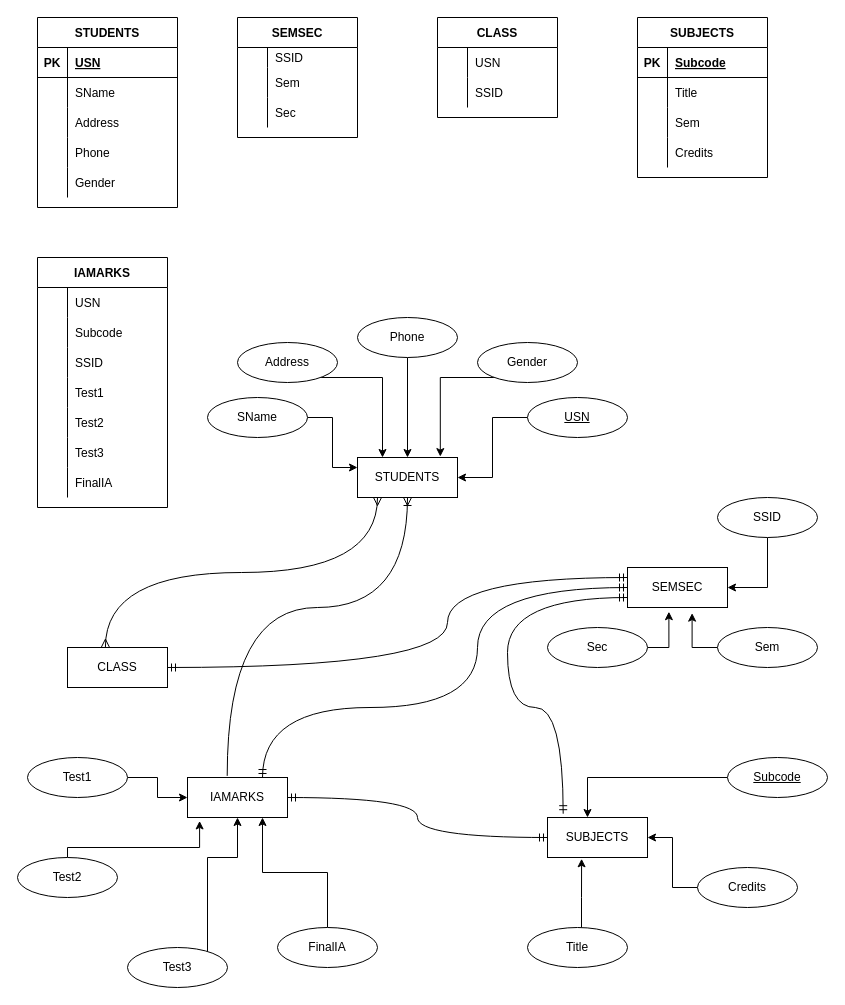
Earlier version of the draw.io diagram DBMS_lab_1.drawio (abhishekkumar11724/ER_diagram). Source tidied: cells renumbered, new cells numbered last; positions are measured from the earlier drawing's top-left corner, leaving out a move shared by most shapes. Both pictures are drawn from the tidied source at 100%, with x=0, y=0 at pixel (17, 17).
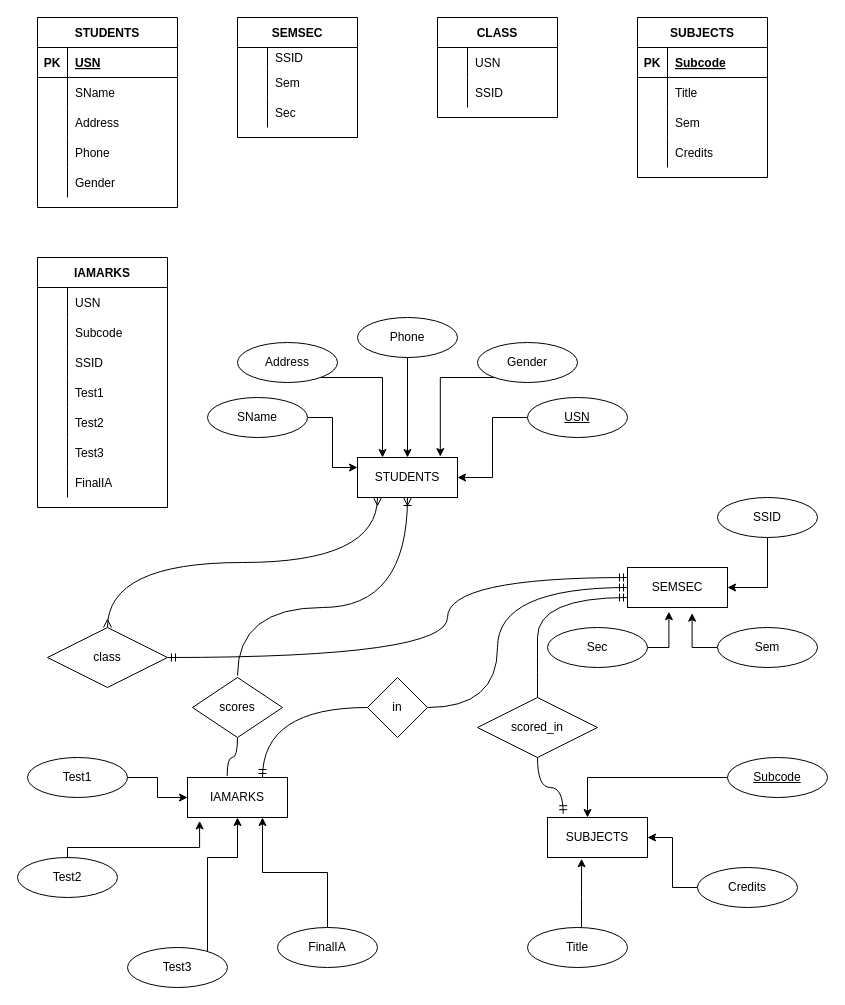
Above is the later version.

The change refers to these unchanged cells:
```xml
<mxCell id="70" value="STUDENTS" style="whiteSpace=wrap;html=1;align=center;" parent="1" vertex="1">
  <mxGeometry x="340" y="440" width="100" height="40" as="geometry" />
</mxCell>
<mxCell id="72" value="IAMARKS" style="whiteSpace=wrap;html=1;align=center;" parent="1" vertex="1">
  <mxGeometry x="170" y="760" width="100" height="40" as="geometry" />
</mxCell>
<mxCell id="73" value="SUBJECTS" style="whiteSpace=wrap;html=1;align=center;" parent="1" vertex="1">
  <mxGeometry x="530" y="800" width="100" height="40" as="geometry" />
</mxCell>
<mxCell id="74" value="SEMSEC" style="whiteSpace=wrap;html=1;align=center;" parent="1" vertex="1">
  <mxGeometry x="610" y="550" width="100" height="40" as="geometry" />
</mxCell>
```

Change to the diagram source:
```diff
@@
-    <mxCell id="71" value="CLASS" style="whiteSpace=wrap;html=1;align=center;" parent="1" vertex="1">
-      <mxGeometry x="50" y="630" width="100" height="40" as="geometry" />
-    </mxCell>
@@
-    <mxCell id="105" style="edgeStyle=orthogonalEdgeStyle;fontSize=12;html=1;endArrow=ERmany;startArrow=ERmany;exitX=0.379;exitY=-0.009;exitDx=0;exitDy=0;exitPerimeter=0;entryX=0.2;entryY=1;entryDx=0;entryDy=0;entryPerimeter=0;curved=1;" parent="1" edge="1" source="71" target="70">
+    <mxCell id="105" style="edgeStyle=orthogonalEdgeStyle;fontSize=12;html=1;endArrow=ERmany;startArrow=ERmany;exitX=0.5;exitY=0;exitDx=0;exitDy=0;entryX=0.2;entryY=1;entryDx=0;entryDy=0;entryPerimeter=0;curved=1;" parent="1" edge="1" source="111" target="70">
       <mxGeometry relative="1" as="geometry" />
     </mxCell>
-    <mxCell id="106" style="edgeStyle=orthogonalEdgeStyle;fontSize=12;html=1;endArrow=ERoneToMany;exitX=0.397;exitY=-0.041;exitDx=0;exitDy=0;exitPerimeter=0;curved=1;entryX=0.5;entryY=1;entryDx=0;entryDy=0;" parent="1" edge="1" source="72" target="70">
+    <mxCell id="106" style="edgeStyle=orthogonalEdgeStyle;fontSize=12;html=1;endArrow=ERoneToMany;curved=1;entryX=0.5;entryY=1;entryDx=0;entryDy=0;startArrow=none;" parent="1" edge="1" target="70">
       <mxGeometry relative="1" as="geometry">
+        <mxPoint x="220" y="658" as="sourcePoint" />
         <Array as="points">
-          <mxPoint x="210" y="590" />
+          <mxPoint x="220" y="590" />
           <mxPoint x="390" y="590" />
         </Array>
       </mxGeometry>
     </mxCell>
-    <mxCell id="107" style="edgeStyle=orthogonalEdgeStyle;fontSize=12;html=1;endArrow=ERmandOne;startArrow=ERmandOne;exitX=1;exitY=0.5;exitDx=0;exitDy=0;entryX=0;entryY=0.5;entryDx=0;entryDy=0;curved=1;" parent="1" edge="1" source="72" target="73">
-      <mxGeometry relative="1" as="geometry" />
-    </mxCell>
-    <mxCell id="108" style="edgeStyle=orthogonalEdgeStyle;fontSize=12;html=1;endArrow=ERmandOne;startArrow=ERmandOne;exitX=1;exitY=0.5;exitDx=0;exitDy=0;curved=1;" parent="1" edge="1" source="71">
+    <mxCell id="108" style="edgeStyle=orthogonalEdgeStyle;fontSize=12;html=1;endArrow=ERmandOne;startArrow=ERmandOne;exitX=1;exitY=0.5;exitDx=0;exitDy=0;curved=1;" parent="1" edge="1" source="111">
       <mxGeometry relative="1" as="geometry">
         <mxPoint x="610" y="560" as="targetPoint" />
         <Array as="points">
-          <mxPoint x="430" y="650" />
+          <mxPoint x="430" y="640" />
           <mxPoint x="430" y="560" />
         </Array>
       </mxGeometry>
     </mxCell>
-    <mxCell id="109" style="edgeStyle=orthogonalEdgeStyle;fontSize=12;html=1;endArrow=ERmandOne;startArrow=ERmandOne;exitX=0.157;exitY=-0.095;exitDx=0;exitDy=0;exitPerimeter=0;curved=1;" parent="1" edge="1" source="73">
+    <mxCell id="109" style="edgeStyle=orthogonalEdgeStyle;fontSize=12;html=1;endArrow=ERmandOne;startArrow=none;curved=1;exitX=0.5;exitY=0;exitDx=0;exitDy=0;" parent="1" edge="1" source="116">
       <mxGeometry relative="1" as="geometry">
         <mxPoint x="610" y="580" as="targetPoint" />
         <Array as="points">
-          <mxPoint x="546" y="690" />
-          <mxPoint x="490" y="690" />
-          <mxPoint x="490" y="580" />
+          <mxPoint x="520" y="660" />
+          <mxPoint x="520" y="580" />
         </Array>
       </mxGeometry>
     </mxCell>
-    <mxCell id="110" style="edgeStyle=orthogonalEdgeStyle;fontSize=12;html=1;endArrow=ERmandOne;startArrow=ERmandOne;entryX=0;entryY=0.5;entryDx=0;entryDy=0;exitX=0.75;exitY=0;exitDx=0;exitDy=0;curved=1;" parent="1" edge="1" source="72" target="74">
+    <mxCell id="110" style="edgeStyle=orthogonalEdgeStyle;fontSize=12;html=1;endArrow=ERmandOne;startArrow=none;entryX=0;entryY=0.5;entryDx=0;entryDy=0;exitX=1;exitY=0.5;exitDx=0;exitDy=0;curved=1;" parent="1" edge="1" source="114" target="74">
       <mxGeometry relative="1" as="geometry">
         <Array as="points">
-          <mxPoint x="245" y="690" />
-          <mxPoint x="460" y="690" />
-          <mxPoint x="460" y="570" />
+          <mxPoint x="480" y="690" />
+          <mxPoint x="480" y="570" />
         </Array>
       </mxGeometry>
     </mxCell>
+    <mxCell id="111" value="class" style="shape=rhombus;perimeter=rhombusPerimeter;whiteSpace=wrap;html=1;align=center;" parent="1" vertex="1">
+      <mxGeometry x="30" y="610" width="120" height="60" as="geometry" />
+    </mxCell>
+    <mxCell id="112" value="scores" style="shape=rhombus;perimeter=rhombusPerimeter;whiteSpace=wrap;html=1;align=center;" parent="1" vertex="1">
+      <mxGeometry x="175" y="660" width="90" height="60" as="geometry" />
+    </mxCell>
+    <mxCell id="113" style="fontSize=12;html=1;endArrow=none;exitX=0.397;exitY=-0.041;exitDx=0;exitDy=0;exitPerimeter=0;entryX=0.5;entryY=1;entryDx=0;entryDy=0;edgeStyle=orthogonalEdgeStyle;curved=1;" parent="1" edge="1" source="72" target="112">
+      <mxGeometry relative="1" as="geometry" />
+    </mxCell>
+    <mxCell id="114" value="in" style="shape=rhombus;perimeter=rhombusPerimeter;whiteSpace=wrap;html=1;align=center;" parent="1" vertex="1">
+      <mxGeometry x="350" y="660" width="60" height="60" as="geometry" />
+    </mxCell>
+    <mxCell id="115" style="edgeStyle=orthogonalEdgeStyle;fontSize=12;html=1;endArrow=none;startArrow=ERmandOne;entryX=0;entryY=0.5;entryDx=0;entryDy=0;exitX=0.75;exitY=0;exitDx=0;exitDy=0;curved=1;" parent="1" edge="1" source="72" target="114">
+      <mxGeometry relative="1" as="geometry">
+        <Array as="points">
+          <mxPoint x="245" y="690" />
+        </Array>
+      </mxGeometry>
+    </mxCell>
+    <mxCell id="116" value="scored_in" style="shape=rhombus;perimeter=rhombusPerimeter;whiteSpace=wrap;html=1;align=center;" parent="1" vertex="1">
+      <mxGeometry x="460" y="680" width="120" height="60" as="geometry" />
+    </mxCell>
+    <mxCell id="117" style="edgeStyle=orthogonalEdgeStyle;fontSize=12;html=1;endArrow=none;startArrow=ERmandOne;exitX=0.157;exitY=-0.095;exitDx=0;exitDy=0;exitPerimeter=0;curved=1;entryX=0.5;entryY=1;entryDx=0;entryDy=0;" parent="1" edge="1" source="73" target="116">
+      <mxGeometry relative="1" as="geometry">
+        <Array as="points">
+          <mxPoint x="546" y="770" />
+          <mxPoint x="520" y="770" />
+        </Array>
+      </mxGeometry>
+    </mxCell>
```
